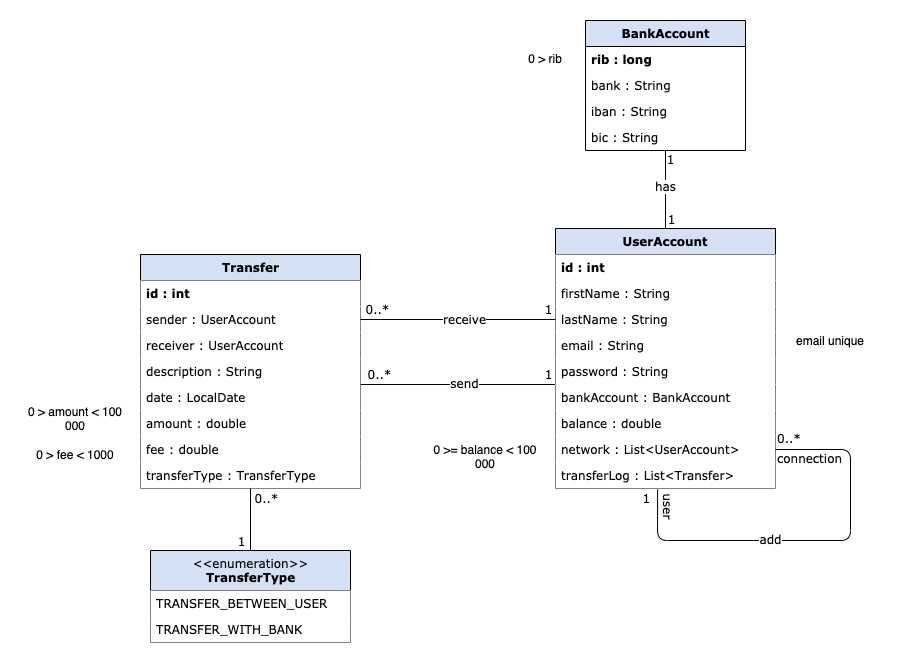
Earlier version of the draw.io export src/main/resources/static/Buddy_UML.png (June-Ruth/PayMyBuddy). Source tidied: cells renumbered, new cells last; positions are measured from the earlier drawing's top-left corner, leaving out a move shared by most shapes.
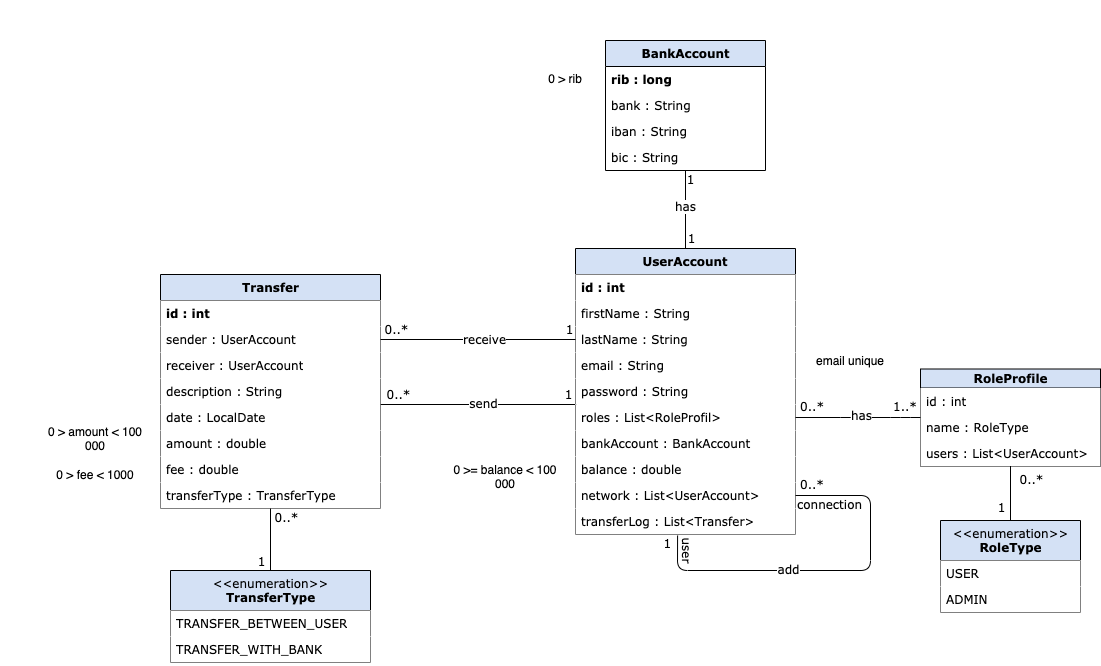
The same file after the commit.

The edit, as a diff of the source:
```diff
@@ -63,7 +63,7 @@
       </mxGeometry>
     </mxCell>
     <mxCell id="20" value="UserAccount" style="swimlane;fontStyle=1;horizontal=1;startSize=26;fillColor=#D4E1F5;fontFamily=Verdana;fontSize=12;" parent="1" vertex="1">
-      <mxGeometry x="535" y="208" width="220" height="260" as="geometry" />
+      <mxGeometry x="535" y="208" width="220" height="286" as="geometry" />
     </mxCell>
     <mxCell id="21" value="id : int" style="text;strokeColor=none;fillColor=#FFFFFF;align=left;verticalAlign=top;spacingLeft=4;spacingRight=4;overflow=hidden;fontFamily=Verdana;fontSize=12;fontStyle=1;" parent="20" vertex="1">
       <mxGeometry y="26" width="220" height="26" as="geometry" />
@@ -80,11 +80,14 @@
     <mxCell id="25" value="password : String" style="text;strokeColor=none;align=left;verticalAlign=top;spacingLeft=4;spacingRight=4;overflow=hidden;points=[[0,0.5],[1,0.5]];portConstraint=eastwest;fontSize=12;fontFamily=Verdana;fillColor=#FFFFFF;" parent="20" vertex="1">
       <mxGeometry y="130" width="220" height="26" as="geometry" />
     </mxCell>
+    <mxCell id="57" value="roles : List&lt;RoleProfil&gt;" style="text;strokeColor=none;fillColor=#FFFFFF;align=left;verticalAlign=top;spacingLeft=4;spacingRight=4;overflow=hidden;points=[[0,0.5],[1,0.5]];portConstraint=eastwest;fontFamily=Verdana;" parent="20" vertex="1">
+      <mxGeometry y="156" width="220" height="26" as="geometry" />
+    </mxCell>
     <mxCell id="26" value="bankAccount : BankAccount" style="text;strokeColor=none;align=left;verticalAlign=top;spacingLeft=4;spacingRight=4;overflow=hidden;fontSize=12;fontFamily=Verdana;fillColor=#FFFFFF;" parent="20" vertex="1">
-      <mxGeometry y="156" width="220" height="26" as="geometry" />
+      <mxGeometry y="182" width="220" height="26" as="geometry" />
     </mxCell>
     <mxCell id="27" value="balance : double" style="text;strokeColor=none;fillColor=#FFFFFF;align=left;verticalAlign=top;spacingLeft=4;spacingRight=4;overflow=hidden;fontSize=12;fontFamily=Verdana;" parent="20" vertex="1">
-      <mxGeometry y="182" width="220" height="26" as="geometry" />
+      <mxGeometry y="208" width="220" height="26" as="geometry" />
     </mxCell>
     <mxCell id="28" style="edgeStyle=none;rounded=1;orthogonalLoop=1;jettySize=auto;html=1;entryX=0;entryY=0.5;entryDx=0;entryDy=0;endArrow=none;endFill=0;fontFamily=Verdana;fontSize=12;" parent="20" edge="1">
       <mxGeometry relative="1" as="geometry">
@@ -93,18 +96,17 @@
       </mxGeometry>
     </mxCell>
     <mxCell id="29" value="network : List&lt;UserAccount&gt;" style="text;strokeColor=none;fillColor=#FFFFFF;align=left;verticalAlign=top;spacingLeft=4;spacingRight=4;overflow=hidden;points=[[0,0.5],[1,0.5]];portConstraint=eastwest;fontSize=12;fontFamily=Verdana;" parent="20" vertex="1">
-      <mxGeometry y="208" width="220" height="26" as="geometry" />
+      <mxGeometry y="234" width="220" height="26" as="geometry" />
     </mxCell>
     <mxCell id="30" value="transferLog : List&lt;Transfer&gt;" style="text;strokeColor=none;fillColor=#FFFFFF;align=left;verticalAlign=top;spacingLeft=4;spacingRight=4;overflow=hidden;points=[[0,0.5],[1,0.5]];portConstraint=eastwest;fontSize=12;fontFamily=Verdana;" parent="20" vertex="1">
-      <mxGeometry y="234" width="220" height="26" as="geometry" />
+      <mxGeometry y="260" width="220" height="26" as="geometry" />
     </mxCell>
-    <mxCell id="31" style="endArrow=none;endFill=0;endSize=24;html=1;exitX=0.464;exitY=1.038;exitDx=0;exitDy=0;fontSize=12;fontFamily=Verdana;exitPerimeter=0;" parent="20" edge="1" source="30">
+    <mxCell id="31" style="endArrow=none;endFill=0;endSize=24;html=1;exitX=0.464;exitY=1.038;exitDx=0;exitDy=0;fontSize=12;fontFamily=Verdana;exitPerimeter=0;entryX=1;entryY=0.5;entryDx=0;entryDy=0;" parent="20" edge="1" source="30" target="29">
       <mxGeometry relative="1" as="geometry">
-        <mxPoint x="220" y="221" as="targetPoint" />
         <Array as="points">
-          <mxPoint x="102" y="312" />
-          <mxPoint x="295" y="312" />
-          <mxPoint x="295" y="221" />
+          <mxPoint x="102" y="322" />
+          <mxPoint x="295" y="322" />
+          <mxPoint x="295" y="247" />
         </Array>
       </mxGeometry>
     </mxCell>
@@ -125,7 +127,7 @@
     </mxCell>
     <mxCell id="35" value="0..*" style="edgeLabel;html=1;align=left;verticalAlign=middle;fontSize=12;fontFamily=Verdana;labelPosition=right;verticalLabelPosition=middle;" parent="31" vertex="1">
       <mxGeometry x="0.94" relative="1" as="geometry">
-        <mxPoint x="-12" y="-12" as="offset" />
+        <mxPoint x="-9" y="-12" as="offset" />
       </mxGeometry>
     </mxCell>
     <mxCell id="36" value="connection" style="edgeLabel;html=1;align=left;verticalAlign=middle;fontSize=12;fontFamily=Verdana;rotation=0;labelPosition=right;verticalLabelPosition=middle;" parent="31" vertex="1">
@@ -212,5 +214,62 @@
         <mxPoint x="6" y="2" as="offset" />
       </mxGeometry>
     </mxCell>
+    <mxCell id="58" value="RoleProfile" style="swimlane;html=1;fontStyle=1;horizontal=1;startSize=19;fillColor=#D4E1F5;swimlaneFillColor=#ffffff;rounded=0;shadow=0;comic=0;labelBackgroundColor=none;strokeWidth=1;fontFamily=Verdana;fontSize=12;align=center;" parent="1" vertex="1">
+      <mxGeometry x="880" y="328.5" width="180" height="97" as="geometry" />
+    </mxCell>
+    <mxCell id="59" value="id : int" style="text;html=1;fillColor=#FFFFFF;align=left;verticalAlign=top;spacingLeft=4;spacingRight=4;whiteSpace=wrap;overflow=hidden;fontSize=12;fontFamily=Verdana;" parent="58" vertex="1">
+      <mxGeometry y="19" width="180" height="26" as="geometry" />
+    </mxCell>
+    <mxCell id="60" value="name : RoleType" style="text;html=1;fillColor=#FFFFFF;align=left;verticalAlign=top;spacingLeft=4;spacingRight=4;whiteSpace=wrap;overflow=hidden;fontSize=12;fontFamily=Verdana;" parent="58" vertex="1">
+      <mxGeometry y="45" width="180" height="26" as="geometry" />
+    </mxCell>
+    <mxCell id="61" value="users : List&amp;lt;UserAccount&amp;gt;" style="text;html=1;fillColor=#FFFFFF;align=left;verticalAlign=top;spacingLeft=4;spacingRight=4;whiteSpace=wrap;overflow=hidden;fontSize=12;fontFamily=Verdana;" parent="58" vertex="1">
+      <mxGeometry y="71" width="180" height="26" as="geometry" />
+    </mxCell>
+    <mxCell id="62" style="endArrow=none;endFill=0;endSize=24;html=1;exitX=1;exitY=0.5;exitDx=0;exitDy=0;fontSize=12;fontFamily=Verdana;entryX=0;entryY=0.5;entryDx=0;entryDy=0;" parent="1" edge="1" source="57" target="58">
+      <mxGeometry relative="1" as="geometry">
+        <Array as="points">
+          <mxPoint x="810" y="377" />
+          <mxPoint x="860" y="377" />
+        </Array>
+      </mxGeometry>
+    </mxCell>
+    <mxCell id="63" value="has" style="edgeLabel;html=1;align=center;verticalAlign=middle;fontSize=12;fontFamily=Verdana;" parent="62" vertex="1">
+      <mxGeometry x="0.09" y="-4" relative="1" as="geometry">
+        <mxPoint x="-3" y="-7" as="offset" />
+      </mxGeometry>
+    </mxCell>
+    <mxCell id="64" value="0..*" style="edgeLabel;html=1;align=right;verticalAlign=middle;fontSize=12;fontFamily=Verdana;labelPosition=left;verticalLabelPosition=middle;" parent="62" vertex="1">
+      <mxGeometry x="-0.9" y="-1" relative="1" as="geometry">
+        <mxPoint x="22" y="-13" as="offset" />
+      </mxGeometry>
+    </mxCell>
+    <mxCell id="65" value="1..*" style="edgeLabel;html=1;align=left;verticalAlign=middle;fontSize=12;fontFamily=Verdana;labelPosition=right;verticalLabelPosition=middle;" parent="62" vertex="1">
+      <mxGeometry x="0.94" relative="1" as="geometry">
+        <mxPoint x="-26" y="-12" as="offset" />
+      </mxGeometry>
+    </mxCell>
+    <mxCell id="66" value="&lt;span style=&quot;font-weight: normal&quot;&gt;&amp;lt;&amp;lt;enumeration&amp;gt;&amp;gt;&lt;br&gt;&lt;/span&gt;RoleType" style="swimlane;html=1;fontStyle=1;horizontal=1;startSize=40;fillColor=#D4E1F5;swimlaneFillColor=#ffffff;rounded=0;shadow=0;comic=0;labelBackgroundColor=none;strokeWidth=1;fontFamily=Verdana;fontSize=12;align=center;" parent="1" vertex="1">
+      <mxGeometry x="900" y="480" width="140" height="92" as="geometry" />
+    </mxCell>
+    <mxCell id="67" value="USER" style="text;html=1;fillColor=#FFFFFF;align=left;verticalAlign=top;spacingLeft=4;spacingRight=4;whiteSpace=wrap;overflow=hidden;fontSize=12;fontFamily=Verdana;" parent="66" vertex="1">
+      <mxGeometry y="40" width="140" height="26" as="geometry" />
+    </mxCell>
+    <mxCell id="68" value="ADMIN" style="text;html=1;fillColor=#FFFFFF;align=left;verticalAlign=top;spacingLeft=4;spacingRight=4;whiteSpace=wrap;overflow=hidden;fontSize=12;fontFamily=Verdana;" parent="66" vertex="1">
+      <mxGeometry y="66" width="140" height="26" as="geometry" />
+    </mxCell>
+    <mxCell id="69" style="endArrow=none;endFill=0;endSize=24;html=1;fontSize=12;fontFamily=Verdana;entryX=0.5;entryY=0;entryDx=0;entryDy=0;exitX=0.5;exitY=1;exitDx=0;exitDy=0;" parent="1" edge="1" source="58" target="66">
+      <mxGeometry relative="1" as="geometry" />
+    </mxCell>
+    <mxCell id="70" value="1" style="edgeLabel;html=1;align=center;verticalAlign=middle;fontSize=12;fontFamily=Verdana;" parent="69" vertex="1">
+      <mxGeometry x="-0.68" relative="1" as="geometry">
+        <mxPoint x="-10" y="32.5" as="offset" />
+      </mxGeometry>
+    </mxCell>
+    <mxCell id="71" value="0..*" style="edgeLabel;html=1;align=center;verticalAlign=middle;fontSize=12;fontFamily=Verdana;" parent="69" vertex="1">
+      <mxGeometry x="-0.71" y="1" relative="1" as="geometry">
+        <mxPoint x="19" y="4.5" as="offset" />
+      </mxGeometry>
+    </mxCell>
   </root>
 </mxGraphModel>
```
